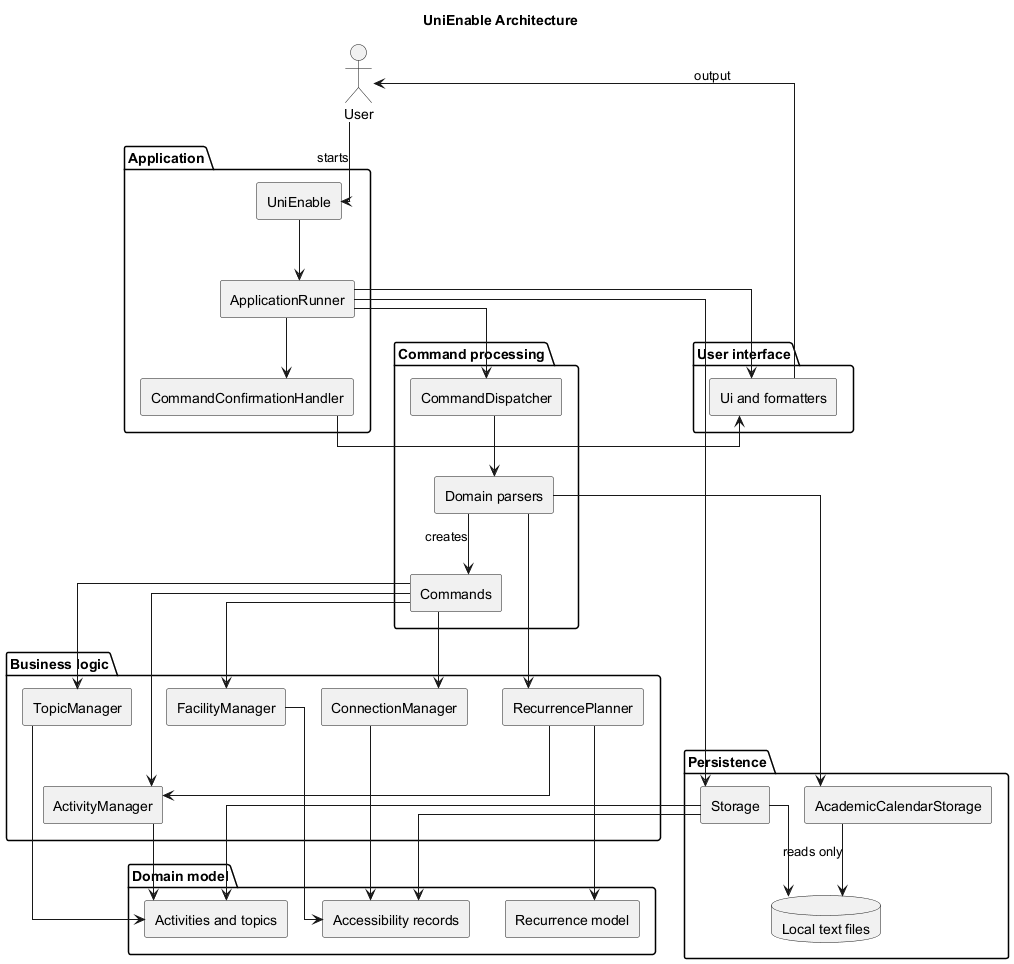
lukelouyu/SelfTeamProject keeps this PlantUML diagram as docs/diagrams/architecture/ArchitectureDiagram.png. Above is the earlier version. Its diagram source:
```plantuml
@startuml
title UniEnable Architecture

skinparam componentStyle rectangle
skinparam linetype ortho
skinparam shadowing false
skinparam defaultTextAlignment center

actor User

package "Application" {
  [UniEnable] as Entry
  [ApplicationRunner] as Runner
  [CommandConfirmationHandler] as Confirm
}

package "User interface" {
  [Ui and formatters] as UI
}

package "Command processing" {
  [CommandDispatcher] as Dispatcher
  [Domain parsers] as Parsers
  [Commands] as Commands
}

package "Business logic" {
  [ActivityManager] as ActivityLogic
  [TopicManager] as TopicLogic
  [FacilityManager] as FacilityLogic
  [ConnectionManager] as ConnectionLogic
  [RecurrencePlanner] as RecurLogic
}

package "Domain model" {
  [Activities and topics] as ActivityModel
  [Recurrence model] as RecurModel
  [Accessibility records] as AccessModel
}

package "Persistence" {
  [Storage] as Storage
  [AcademicCalendarStorage] as CalendarStorage
  database "Local text files" as Files
}

User --> Entry : starts
Entry --> Runner
Runner --> UI
Runner --> Confirm
Confirm --> UI
Runner --> Dispatcher
Dispatcher --> Parsers
Parsers --> Commands : creates
Commands --> ActivityLogic
Commands --> TopicLogic
Commands --> FacilityLogic
Commands --> ConnectionLogic
Parsers --> RecurLogic
ActivityLogic --> ActivityModel
TopicLogic --> ActivityModel
RecurLogic --> ActivityLogic
RecurLogic --> RecurModel
FacilityLogic --> AccessModel
ConnectionLogic --> AccessModel
Runner --> Storage
Storage --> ActivityModel
Storage --> AccessModel
Storage --> Files
CalendarStorage --> Files : reads only
Parsers --> CalendarStorage
UI --> User : output

@enduml
```
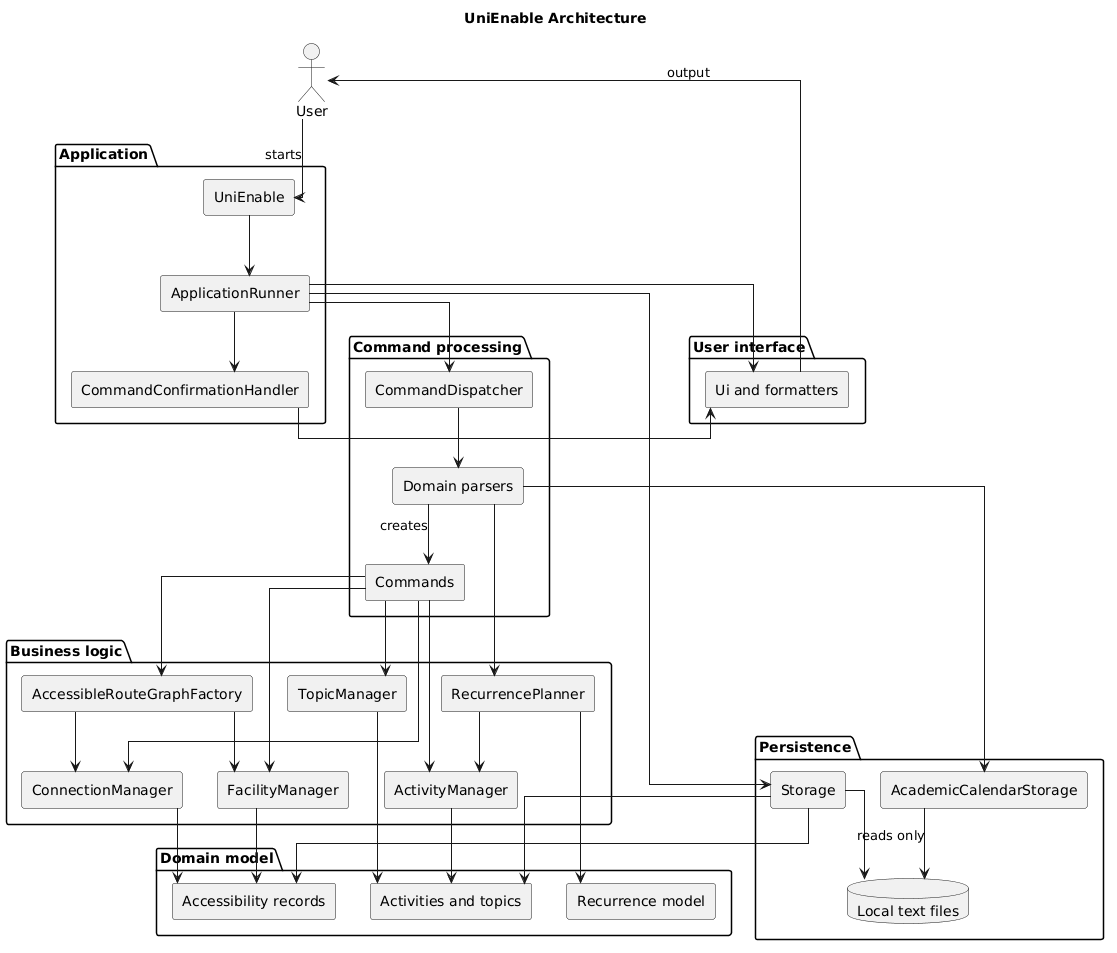
The same diagram one commit later.

Change to the diagram source:
```diff
@@ -30,6 +30,7 @@
   [FacilityManager] as FacilityLogic
   [ConnectionManager] as ConnectionLogic
   [RecurrencePlanner] as RecurLogic
+  [AccessibleRouteGraphFactory] as RouteLogic
 }
 
 package "Domain model" {
@@ -56,6 +57,9 @@
 Commands --> TopicLogic
 Commands --> FacilityLogic
 Commands --> ConnectionLogic
+Commands --> RouteLogic
+RouteLogic --> FacilityLogic
+RouteLogic --> ConnectionLogic
 Parsers --> RecurLogic
 ActivityLogic --> ActivityModel
 TopicLogic --> ActivityModel
@@ -70,5 +74,4 @@
 CalendarStorage --> Files : reads only
 Parsers --> CalendarStorage
 UI --> User : output
-
 @enduml
```
